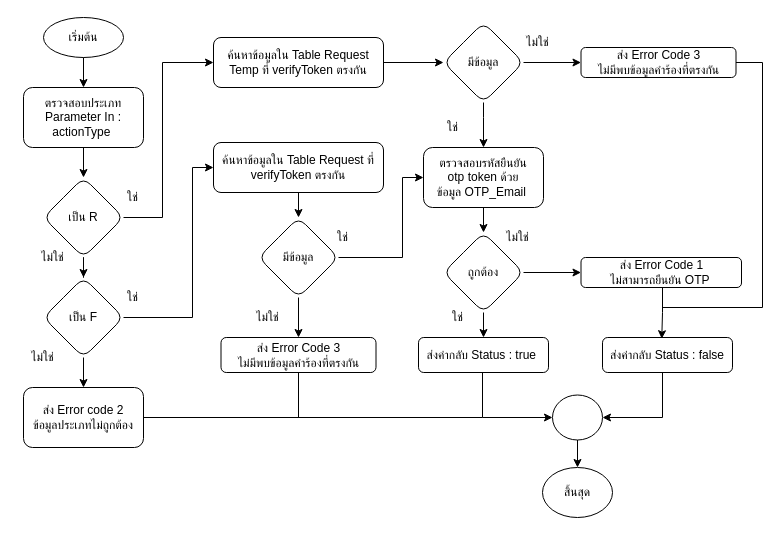
Before: verifyOTPByEmail.drawio in charifrodmanee/charifrodmanee, a draw.io diagram. Source tidied: cells renumbered, new cells numbered last; positions are measured from the earlier drawing's top-left corner, leaving out a move shared by most shapes. Both pictures are drawn from the tidied source at 100%, with x=0, y=0 at pixel (17, 17).
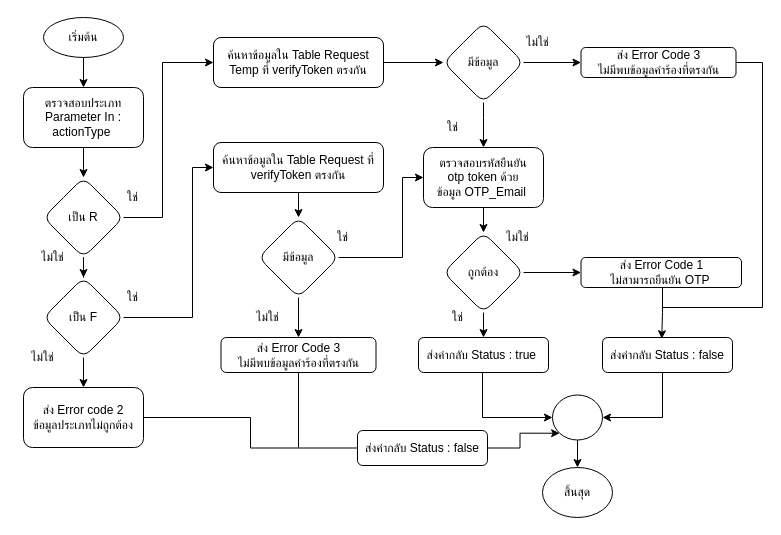
After the change.

Unchanged cells that the change refers to:
```xml
<mxCell id="2" style="group;" parent="1" vertex="1">
  <mxGeometry width="745" height="500" as="geometry" />
</mxCell>
<mxCell id="8" style="ellipse;whiteSpace=wrap;html=1;" parent="2" vertex="1">
  <mxGeometry x="535" y="377.5" width="50" height="45" as="geometry" />
</mxCell>
<mxCell id="19" value="ส่ง Error code 2&lt;br&gt;ข้อมูลประเภทไม่ถูกต้อง" style="whiteSpace=wrap;html=1;rounded=1;" parent="2" vertex="1">
  <mxGeometry x="6" y="370" width="120" height="60" as="geometry" />
</mxCell>
<mxCell id="43" value="ส่ง Error Code 3&lt;br&gt;ไม่มีพบข้อมูลคำร้องที่ตรงกัน" style="rounded=1;whiteSpace=wrap;html=1;" parent="2" vertex="1">
  <mxGeometry x="203.5" y="320" width="155" height="35" as="geometry" />
</mxCell>
```

Diff of the diagram source:
```diff
@@
-    <mxCell id="18" style="edgeStyle=orthogonalEdgeStyle;rounded=0;jettySize=auto;html=1;endArrow=none;endFill=0;" parent="2" edge="1" source="19">
-      <mxGeometry relative="1" as="geometry">
-        <mxPoint x="465" y="400" as="targetPoint" />
-      </mxGeometry>
+    <mxCell id="18" style="edgeStyle=orthogonalEdgeStyle;rounded=0;jettySize=auto;html=1;endArrow=none;endFill=0;entryX=0;entryY=0.5;entryDx=0;entryDy=0;" parent="2" edge="1" source="19" target="54">
+      <mxGeometry relative="1" as="geometry" />
     </mxCell>
@@
-    <mxCell id="42" style="edgeStyle=orthogonalEdgeStyle;rounded=0;jettySize=auto;html=1;endArrow=none;endFill=0;" parent="2" edge="1" source="43">
-      <mxGeometry relative="1" as="geometry">
-        <mxPoint x="281" y="400" as="targetPoint" />
-      </mxGeometry>
-    </mxCell>
@@
+    <mxCell id="53" style="edgeStyle=orthogonalEdgeStyle;rounded=0;jettySize=auto;html=1;entryX=0;entryY=1;entryDx=0;entryDy=0;endArrow=classic;endFill=1;" parent="2" edge="1" source="54" target="8">
+      <mxGeometry relative="1" as="geometry" />
+    </mxCell>
+    <mxCell id="54" value="ส่งค่ากลับ Status : false" style="rounded=1;whiteSpace=wrap;html=1;" parent="2" vertex="1">
+      <mxGeometry x="340" y="413" width="130" height="35" as="geometry" />
+    </mxCell>
@@
+    <mxCell id="55" style="edgeStyle=orthogonalEdgeStyle;rounded=0;jettySize=auto;html=1;endArrow=none;endFill=0;" parent="1" edge="1" source="43">
+      <mxGeometry relative="1" as="geometry">
+        <mxPoint x="281" y="430" as="targetPoint" />
+      </mxGeometry>
+    </mxCell>
```
